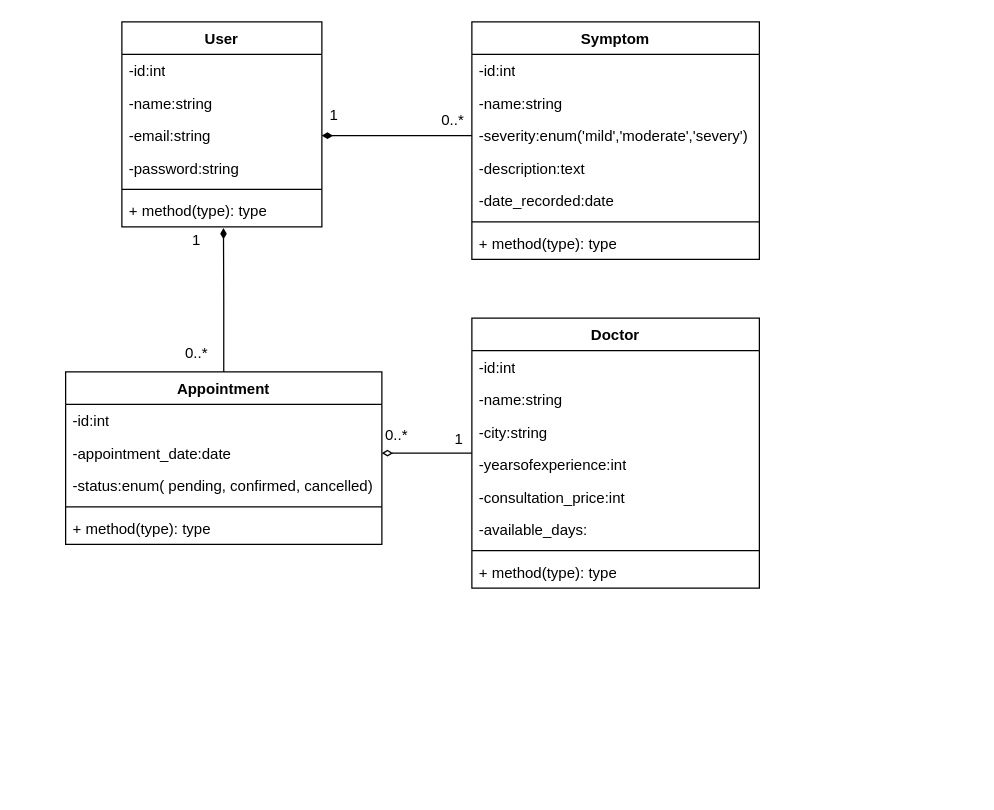
Above: Docs/Salus class diagramm.drawio in benbrahimredouane/brief_15--Salus-AI-Health-Assistant-Platform (draw.io), before the change. Source tidied: cells renumbered, new cells numbered last; positions are measured from the earlier drawing's top-left corner, leaving out a move shared by most shapes. Both pictures are drawn from the tidied source at 125%, with x=0, y=0 at pixel (65, 21).
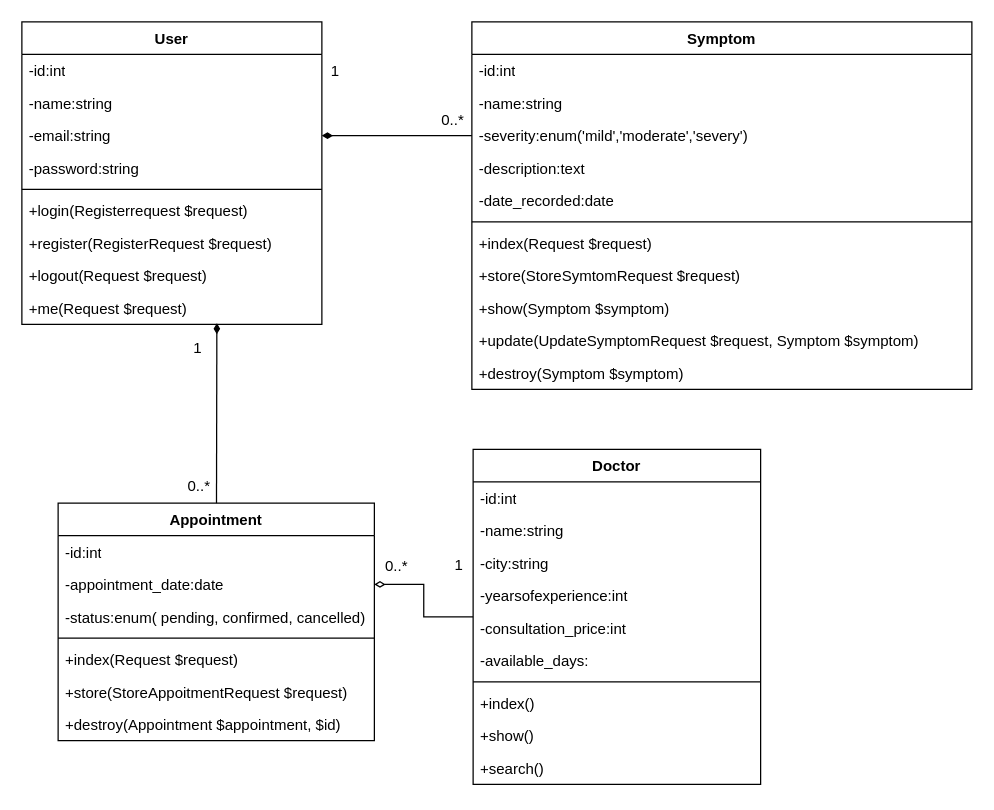
The same page after the edit.

Commit message:
chore: in diagramm class

What changed in the source:
```diff
@@
     <mxCell id="2" value="User" style="swimlane;fontStyle=1;align=center;verticalAlign=top;horizontal=1;startSize=26;whiteSpace=wrap;html=1;" parent="1" vertex="1">
-      <mxGeometry x="45" width="160" height="164" as="geometry" />
+      <mxGeometry x="-35" width="240" height="242" as="geometry" />
     </mxCell>
     <mxCell id="3" value="-id:int" style="text;strokeColor=none;fillColor=none;align=left;verticalAlign=top;spacingLeft=4;spacingRight=4;overflow=hidden;whiteSpace=wrap;html=1;" parent="2" vertex="1">
-      <mxGeometry y="26" width="160" height="26" as="geometry" />
+      <mxGeometry y="26" width="240" height="26" as="geometry" />
     </mxCell>
     <mxCell id="4" value="-name:string" style="text;strokeColor=none;fillColor=none;align=left;verticalAlign=top;spacingLeft=4;spacingRight=4;overflow=hidden;whiteSpace=wrap;html=1;" parent="2" vertex="1">
-      <mxGeometry y="52" width="160" height="26" as="geometry" />
+      <mxGeometry y="52" width="240" height="26" as="geometry" />
     </mxCell>
     <mxCell id="5" value="-email:string" style="text;strokeColor=none;fillColor=none;align=left;verticalAlign=top;spacingLeft=4;spacingRight=4;overflow=hidden;points=[[0,0.5],[1,0.5]];portConstraint=eastwest;whiteSpace=wrap;html=1;" parent="2" vertex="1">
-      <mxGeometry y="78" width="160" height="26" as="geometry" />
+      <mxGeometry y="78" width="240" height="26" as="geometry" />
     </mxCell>
     <mxCell id="6" value="-password:string" style="text;strokeColor=none;fillColor=none;align=left;verticalAlign=top;spacingLeft=4;spacingRight=4;overflow=hidden;whiteSpace=wrap;html=1;" parent="2" vertex="1">
-      <mxGeometry y="104" width="160" height="26" as="geometry" />
+      <mxGeometry y="104" width="240" height="26" as="geometry" />
     </mxCell>
     <mxCell id="7" style="line;strokeWidth=1;fillColor=none;align=left;verticalAlign=middle;spacingTop=-1;spacingLeft=3;spacingRight=3;labelPosition=right;strokeColor=inherit;" parent="2" vertex="1">
-      <mxGeometry y="130" width="160" height="8" as="geometry" />
+      <mxGeometry y="130" width="240" height="8" as="geometry" />
     </mxCell>
-    <mxCell id="8" value="+ method(type): type" style="text;strokeColor=none;fillColor=none;align=left;verticalAlign=top;spacingLeft=4;spacingRight=4;overflow=hidden;points=[[0,0.5],[1,0.5]];portConstraint=eastwest;whiteSpace=wrap;html=1;" parent="2" vertex="1">
-      <mxGeometry y="138" width="160" height="26" as="geometry" />
+    <mxCell id="8" value="+login(Registerrequest $request)" style="text;strokeColor=none;fillColor=none;align=left;verticalAlign=top;spacingLeft=4;spacingRight=4;overflow=hidden;points=[[0,0.5],[1,0.5]];portConstraint=eastwest;whiteSpace=wrap;html=1;" parent="2" vertex="1">
+      <mxGeometry y="138" width="240" height="26" as="geometry" />
     </mxCell>
+    <mxCell id="41" value="+register(RegisterRequest $request)" style="text;strokeColor=none;fillColor=none;align=left;verticalAlign=top;spacingLeft=4;spacingRight=4;overflow=hidden;whiteSpace=wrap;html=1;" parent="2" vertex="1">
+      <mxGeometry y="164" width="240" height="26" as="geometry" />
+    </mxCell>
+    <mxCell id="42" value="+logout(Request $request)" style="text;strokeColor=none;fillColor=none;align=left;verticalAlign=top;spacingLeft=4;spacingRight=4;overflow=hidden;whiteSpace=wrap;html=1;" parent="2" vertex="1">
+      <mxGeometry y="190" width="240" height="26" as="geometry" />
+    </mxCell>
+    <mxCell id="43" value="+me(Request $request)" style="text;strokeColor=none;fillColor=none;align=left;verticalAlign=top;spacingLeft=4;spacingRight=4;overflow=hidden;whiteSpace=wrap;html=1;" parent="2" vertex="1">
+      <mxGeometry y="216" width="240" height="26" as="geometry" />
+    </mxCell>
     <mxCell id="9" value="Symptom" style="swimlane;fontStyle=1;align=center;verticalAlign=top;horizontal=1;startSize=26;whiteSpace=wrap;html=1;" parent="1" vertex="1">
-      <mxGeometry x="325" width="230" height="190" as="geometry" />
+      <mxGeometry x="325" width="400" height="294" as="geometry" />
     </mxCell>
     <mxCell id="10" value="-id:int" style="text;strokeColor=none;fillColor=none;align=left;verticalAlign=top;spacingLeft=4;spacingRight=4;overflow=hidden;whiteSpace=wrap;html=1;" parent="9" vertex="1">
-      <mxGeometry y="26" width="230" height="26" as="geometry" />
+      <mxGeometry y="26" width="400" height="26" as="geometry" />
     </mxCell>
     <mxCell id="11" value="-name:string" style="text;strokeColor=none;fillColor=none;align=left;verticalAlign=top;spacingLeft=4;spacingRight=4;overflow=hidden;whiteSpace=wrap;html=1;" parent="9" vertex="1">
-      <mxGeometry y="52" width="230" height="26" as="geometry" />
+      <mxGeometry y="52" width="400" height="26" as="geometry" />
     </mxCell>
     <mxCell id="12" value="-severity:enum('mild','moderate','severy')" style="text;strokeColor=none;fillColor=none;align=left;verticalAlign=top;spacingLeft=4;spacingRight=4;overflow=hidden;points=[[0,0.5],[1,0.5]];portConstraint=eastwest;whiteSpace=wrap;html=1;" parent="9" vertex="1">
-      <mxGeometry y="78" width="230" height="26" as="geometry" />
+      <mxGeometry y="78" width="400" height="26" as="geometry" />
     </mxCell>
     <mxCell id="13" value="-description:text" style="text;strokeColor=none;fillColor=none;align=left;verticalAlign=top;spacingLeft=4;spacingRight=4;overflow=hidden;whiteSpace=wrap;html=1;" parent="9" vertex="1">
-      <mxGeometry y="104" width="230" height="26" as="geometry" />
+      <mxGeometry y="104" width="400" height="26" as="geometry" />
     </mxCell>
     <mxCell id="14" value="-date_recorded:date" style="text;strokeColor=none;fillColor=none;align=left;verticalAlign=top;spacingLeft=4;spacingRight=4;overflow=hidden;whiteSpace=wrap;html=1;" parent="9" vertex="1">
-      <mxGeometry y="130" width="230" height="26" as="geometry" />
+      <mxGeometry y="130" width="400" height="26" as="geometry" />
     </mxCell>
     <mxCell id="15" style="line;strokeWidth=1;fillColor=none;align=left;verticalAlign=middle;spacingTop=-1;spacingLeft=3;spacingRight=3;labelPosition=right;strokeColor=inherit;" parent="9" vertex="1">
-      <mxGeometry y="156" width="230" height="8" as="geometry" />
+      <mxGeometry y="156" width="400" height="8" as="geometry" />
     </mxCell>
-    <mxCell id="16" value="+ method(type): type" style="text;strokeColor=none;fillColor=none;align=left;verticalAlign=top;spacingLeft=4;spacingRight=4;overflow=hidden;whiteSpace=wrap;html=1;" parent="9" vertex="1">
-      <mxGeometry y="164" width="230" height="26" as="geometry" />
+    <mxCell id="16" value="+index(Request $request)" style="text;strokeColor=none;fillColor=none;align=left;verticalAlign=top;spacingLeft=4;spacingRight=4;overflow=hidden;whiteSpace=wrap;html=1;" parent="9" vertex="1">
+      <mxGeometry y="164" width="400" height="26" as="geometry" />
     </mxCell>
+    <mxCell id="44" value="+store(StoreSymtomRequest $request)" style="text;strokeColor=none;fillColor=none;align=left;verticalAlign=top;spacingLeft=4;spacingRight=4;overflow=hidden;whiteSpace=wrap;html=1;" parent="9" vertex="1">
+      <mxGeometry y="190" width="400" height="26" as="geometry" />
+    </mxCell>
+    <mxCell id="45" value="+show(Symptom $symptom)" style="text;strokeColor=none;fillColor=none;align=left;verticalAlign=top;spacingLeft=4;spacingRight=4;overflow=hidden;whiteSpace=wrap;html=1;" parent="9" vertex="1">
+      <mxGeometry y="216" width="400" height="26" as="geometry" />
+    </mxCell>
+    <mxCell id="46" value="+update(UpdateSymptomRequest $request, Symptom $symptom)" style="text;strokeColor=none;fillColor=none;align=left;verticalAlign=top;spacingLeft=4;spacingRight=4;overflow=hidden;whiteSpace=wrap;html=1;" parent="9" vertex="1">
+      <mxGeometry y="242" width="400" height="26" as="geometry" />
+    </mxCell>
+    <mxCell id="47" value="+destroy(Symptom $symptom)" style="text;strokeColor=none;fillColor=none;align=left;verticalAlign=top;spacingLeft=4;spacingRight=4;overflow=hidden;whiteSpace=wrap;html=1;" parent="9" vertex="1">
+      <mxGeometry y="268" width="400" height="26" as="geometry" />
+    </mxCell>
@@
     <mxCell id="18" value="Doctor" style="swimlane;fontStyle=1;align=center;verticalAlign=top;horizontal=1;startSize=26;whiteSpace=wrap;html=1;" parent="1" vertex="1">
-      <mxGeometry x="325" y="237" width="230" height="216" as="geometry" />
+      <mxGeometry x="326" y="342" width="230" height="268" as="geometry" />
     </mxCell>
@@
-    <mxCell id="26" value="+ method(type): type" style="text;strokeColor=none;fillColor=none;align=left;verticalAlign=top;spacingLeft=4;spacingRight=4;overflow=hidden;whiteSpace=wrap;html=1;" parent="18" vertex="1">
+    <mxCell id="26" value="+index()" style="text;strokeColor=none;fillColor=none;align=left;verticalAlign=top;spacingLeft=4;spacingRight=4;overflow=hidden;whiteSpace=wrap;html=1;" parent="18" vertex="1">
       <mxGeometry y="190" width="230" height="26" as="geometry" />
     </mxCell>
+    <mxCell id="48" value="+show()" style="text;strokeColor=none;fillColor=none;align=left;verticalAlign=top;spacingLeft=4;spacingRight=4;overflow=hidden;whiteSpace=wrap;html=1;" parent="18" vertex="1">
+      <mxGeometry y="216" width="230" height="26" as="geometry" />
+    </mxCell>
+    <mxCell id="49" value="+search()" style="text;strokeColor=none;fillColor=none;align=left;verticalAlign=top;spacingLeft=4;spacingRight=4;overflow=hidden;whiteSpace=wrap;html=1;" parent="18" vertex="1">
+      <mxGeometry y="242" width="230" height="26" as="geometry" />
+    </mxCell>
@@
     <mxCell id="28" value="1" style="text;html=1;whiteSpace=wrap;strokeColor=none;fillColor=none;align=center;verticalAlign=middle;rounded=0;" parent="1" vertex="1">
-      <mxGeometry x="185" y="60" width="60" height="30" as="geometry" />
+      <mxGeometry x="186" y="25" width="60" height="30" as="geometry" />
     </mxCell>
@@
     <mxCell id="30" value="Appointment" style="swimlane;fontStyle=1;align=center;verticalAlign=top;horizontal=1;startSize=26;whiteSpace=wrap;html=1;" parent="1" vertex="1">
-      <mxGeometry y="280" width="253" height="138" as="geometry" />
+      <mxGeometry x="-6" y="385" width="253" height="190" as="geometry" />
     </mxCell>
@@
-    <mxCell id="35" value="+ method(type): type" style="text;strokeColor=none;fillColor=none;align=left;verticalAlign=top;spacingLeft=4;spacingRight=4;overflow=hidden;whiteSpace=wrap;html=1;" parent="30" vertex="1">
+    <mxCell id="35" value="+index(Request $request)" style="text;strokeColor=none;fillColor=none;align=left;verticalAlign=top;spacingLeft=4;spacingRight=4;overflow=hidden;whiteSpace=wrap;html=1;" parent="30" vertex="1">
       <mxGeometry y="112" width="253" height="26" as="geometry" />
     </mxCell>
-    <mxCell id="36" style="edgeStyle=orthogonalEdgeStyle;rounded=0;jettySize=auto;html=1;entryX=0.508;entryY=1.038;entryDx=0;entryDy=0;entryPerimeter=0;endArrow=diamondThin;endFill=1;" parent="1" edge="1" source="30" target="8">
-      <mxGeometry relative="1" as="geometry" />
-    </mxCell>
+    <mxCell id="50" value="+store(StoreAppoitmentRequest $request)" style="text;strokeColor=none;fillColor=none;align=left;verticalAlign=top;spacingLeft=4;spacingRight=4;overflow=hidden;whiteSpace=wrap;html=1;" parent="30" vertex="1">
+      <mxGeometry y="138" width="253" height="26" as="geometry" />
+    </mxCell>
+    <mxCell id="51" value="+destroy(Appointment $appointment, $id)" style="text;strokeColor=none;fillColor=none;align=left;verticalAlign=top;spacingLeft=4;spacingRight=4;overflow=hidden;whiteSpace=wrap;html=1;" parent="30" vertex="1">
+      <mxGeometry y="164" width="253" height="26" as="geometry" />
+    </mxCell>
     <mxCell id="37" value="1" style="text;html=1;whiteSpace=wrap;strokeColor=none;fillColor=none;align=center;verticalAlign=middle;rounded=0;" parent="1" vertex="1">
-      <mxGeometry x="75" y="160" width="60" height="30" as="geometry" />
+      <mxGeometry x="76" y="246" width="60" height="30" as="geometry" />
     </mxCell>
     <mxCell id="38" value="0..*" style="text;html=1;whiteSpace=wrap;strokeColor=none;fillColor=none;align=center;verticalAlign=middle;rounded=0;" parent="1" vertex="1">
-      <mxGeometry x="75" y="250" width="60" height="30" as="geometry" />
+      <mxGeometry x="77" y="357" width="60" height="30" as="geometry" />
     </mxCell>
     <mxCell id="39" value="0..*" style="text;html=1;whiteSpace=wrap;strokeColor=none;fillColor=none;align=center;verticalAlign=middle;rounded=0;" parent="1" vertex="1">
-      <mxGeometry x="235" y="316" width="60" height="30" as="geometry" />
+      <mxGeometry x="235" y="421" width="60" height="30" as="geometry" />
     </mxCell>
     <mxCell id="40" value="1" style="text;html=1;whiteSpace=wrap;strokeColor=none;fillColor=none;align=center;verticalAlign=middle;rounded=0;" parent="1" vertex="1">
-      <mxGeometry x="285" y="319" width="60" height="30" as="geometry" />
+      <mxGeometry x="285" y="420" width="60" height="30" as="geometry" />
     </mxCell>
+    <mxCell id="52" style="edgeStyle=none;html=1;endArrow=diamondThin;endFill=1;" parent="1" edge="1" source="30">
+      <mxGeometry relative="1" as="geometry">
+        <mxPoint x="121" y="241" as="targetPoint" />
+      </mxGeometry>
+    </mxCell>
```
